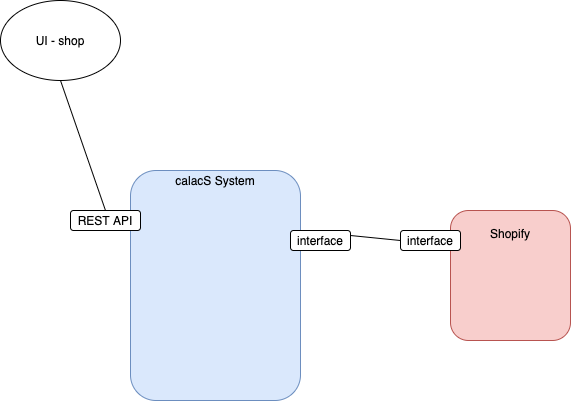
Before: docs/integration-design.png, a diagram exported from draw.io (Svaigas/calacs). Source tidied: cells renumbered, new cells last; positions are measured from the earlier drawing's top-left corner, leaving out a move shared by most shapes.
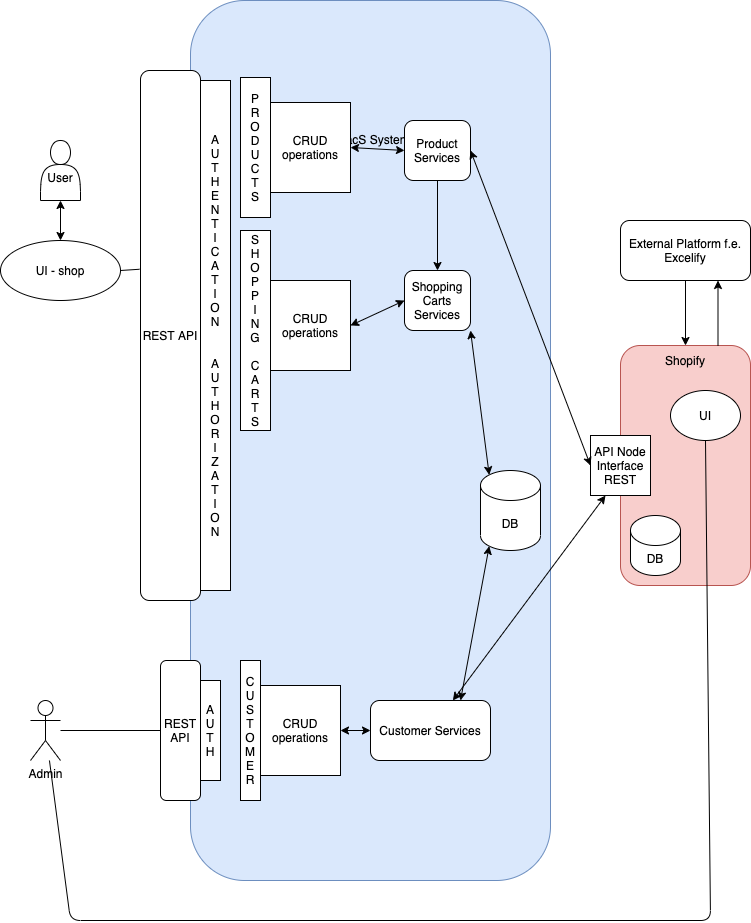
Later version of the same file.

Change to the diagram source:
```diff
@@ -2,29 +2,121 @@
   <root>
     <mxCell id="0" />
     <mxCell id="1" parent="0" />
-    <mxCell id="2" value="calacS System&lt;br&gt;&lt;br&gt;&lt;br&gt;&lt;br&gt;&lt;br&gt;&lt;br&gt;&lt;br&gt;&lt;br&gt;&lt;br&gt;&lt;br&gt;&lt;br&gt;&lt;br&gt;&lt;br&gt;&lt;br&gt;&lt;br&gt;&amp;nbsp;" style="rounded=1;whiteSpace=wrap;html=1;fillColor=#dae8fc;strokeColor=#6c8ebf;" parent="1" vertex="1">
-      <mxGeometry x="130" y="170" width="170" height="230" as="geometry" />
+    <mxCell id="2" value="calacS System&lt;br&gt;&lt;br&gt;&lt;br&gt;&lt;br&gt;&lt;br&gt;&lt;br&gt;&lt;br&gt;&lt;br&gt;&lt;br&gt;&lt;br&gt;&lt;br&gt;&lt;br&gt;&lt;br&gt;&lt;br&gt;&lt;br&gt;&lt;br&gt;&lt;br&gt;&lt;br&gt;&lt;br&gt;&lt;br&gt;&lt;br&gt;&lt;br&gt;&lt;br&gt;&lt;br&gt;&lt;br&gt;&lt;br&gt;&lt;br&gt;&lt;br&gt;&lt;br&gt;&lt;br&gt;&lt;br&gt;&lt;br&gt;&lt;br&gt;&lt;br&gt;&lt;br&gt;&lt;br&gt;&lt;br&gt;&lt;br&gt;&amp;nbsp;&lt;br&gt;&lt;br&gt;&lt;br&gt;&lt;br&gt;&lt;br&gt;&lt;br&gt;" style="rounded=1;whiteSpace=wrap;html=1;fillColor=#dae8fc;strokeColor=#6c8ebf;" parent="1" vertex="1">
+      <mxGeometry x="120" y="180" width="360" height="880" as="geometry" />
     </mxCell>
-    <mxCell id="3" value="Shopify&lt;br&gt;&lt;br&gt;&lt;br&gt;&lt;br&gt;&lt;br&gt;&lt;br&gt;&lt;br&gt;" style="rounded=1;whiteSpace=wrap;html=1;fillColor=#f8cecc;strokeColor=#b85450;" parent="1" vertex="1">
-      <mxGeometry x="450" y="210" width="120" height="130" as="geometry" />
+    <mxCell id="3" value="Shopify&lt;br&gt;&lt;br&gt;&lt;br&gt;&lt;br&gt;&lt;br&gt;&lt;br&gt;&lt;br&gt;&lt;br&gt;&lt;br&gt;&lt;br&gt;&lt;br&gt;&lt;br&gt;&lt;br&gt;&lt;br&gt;&lt;br&gt;&lt;br&gt;" style="rounded=1;whiteSpace=wrap;html=1;fillColor=#f8cecc;strokeColor=#b85450;" parent="1" vertex="1">
+      <mxGeometry x="550" y="525" width="130" height="240" as="geometry" />
     </mxCell>
-    <mxCell id="4" value="interface" style="rounded=1;whiteSpace=wrap;html=1;" parent="1" vertex="1">
-      <mxGeometry x="400" y="230" width="60" height="20" as="geometry" />
-    </mxCell>
-    <mxCell id="5" value="interface" style="rounded=1;whiteSpace=wrap;html=1;" parent="1" vertex="1">
-      <mxGeometry x="290" y="230" width="60" height="20" as="geometry" />
-    </mxCell>
     <mxCell id="6" value="UI - shop" style="ellipse;whiteSpace=wrap;html=1;" parent="1" vertex="1">
-      <mxGeometry width="120" height="80" as="geometry" />
+      <mxGeometry x="-70" y="420" width="120" height="60" as="geometry" />
     </mxCell>
     <mxCell id="7" value="REST API" style="rounded=1;whiteSpace=wrap;html=1;" parent="1" vertex="1">
-      <mxGeometry x="70" y="210" width="70" height="20" as="geometry" />
+      <mxGeometry x="70" y="250" width="60" height="530" as="geometry" />
     </mxCell>
+    <mxCell id="10" value="&lt;br&gt;User" style="shape=actor;whiteSpace=wrap;html=1;" parent="1" vertex="1">
+      <mxGeometry x="-30" y="320" width="40" height="60" as="geometry" />
+    </mxCell>
+    <mxCell id="11" value="P&lt;br&gt;R&lt;br&gt;O&lt;br&gt;D&lt;br&gt;U&lt;br&gt;C&lt;br&gt;T&lt;br&gt;S" style="rounded=0;whiteSpace=wrap;html=1;" parent="1" vertex="1">
+      <mxGeometry x="170" y="257" width="30" height="140" as="geometry" />
+    </mxCell>
+    <mxCell id="12" value="Product Services" style="rounded=1;whiteSpace=wrap;html=1;" parent="1" vertex="1">
+      <mxGeometry x="334" y="300" width="66" height="60" as="geometry" />
+    </mxCell>
+    <mxCell id="13" value="API Node Interface&lt;br&gt;REST" style="whiteSpace=wrap;html=1;" parent="1" vertex="1">
+      <mxGeometry x="520" y="615" width="60" height="60" as="geometry" />
+    </mxCell>
+    <mxCell id="14" value="DB" style="shape=cylinder3;whiteSpace=wrap;html=1;boundedLbl=1;backgroundOutline=1;size=15;" parent="1" vertex="1">
+      <mxGeometry x="560" y="695" width="50" height="60" as="geometry" />
+    </mxCell>
+    <mxCell id="15" style="endArrow=classic;startArrow=classic;html=1;entryX=1;entryY=0.5;entryDx=0;entryDy=0;exitX=0;exitY=0.5;exitDx=0;exitDy=0;" parent="1" edge="1" source="13" target="12">
+      <mxGeometry relative="1" as="geometry" />
+    </mxCell>
+    <mxCell id="16" value="CRUD operations" style="rounded=0;whiteSpace=wrap;html=1;" parent="1" vertex="1">
+      <mxGeometry x="200" y="282" width="80" height="90" as="geometry" />
+    </mxCell>
+    <mxCell id="17" value="UI" style="ellipse;whiteSpace=wrap;html=1;" parent="1" vertex="1">
+      <mxGeometry x="600" y="570" width="70" height="50" as="geometry" />
+    </mxCell>
+    <mxCell id="18" value="Admin&lt;br&gt;" style="shape=umlActor;verticalLabelPosition=bottom;verticalAlign=top;html=1;outlineConnect=0;" parent="1" vertex="1">
+      <mxGeometry x="-40" y="880" width="30" height="60" as="geometry" />
+    </mxCell>
+    <mxCell id="19" style="endArrow=none;html=1;entryX=0.5;entryY=1;entryDx=0;entryDy=0;" parent="1" edge="1" source="18" target="17">
+      <mxGeometry relative="1" as="geometry">
+        <Array as="points">
+          <mxPoint y="1100" />
+          <mxPoint x="640" y="1100" />
+        </Array>
+      </mxGeometry>
+    </mxCell>
+    <mxCell id="20" value="S&lt;br&gt;H&lt;br&gt;O&lt;br&gt;P&lt;br&gt;P&lt;br&gt;I&lt;br&gt;N&lt;br&gt;G&lt;br&gt;&lt;br&gt;C&lt;br&gt;A&lt;br&gt;R&lt;br&gt;T&lt;br&gt;S&lt;br&gt;" style="rounded=0;whiteSpace=wrap;html=1;" parent="1" vertex="1">
+      <mxGeometry x="170" y="410" width="30" height="200" as="geometry" />
+    </mxCell>
+    <mxCell id="21" style="endArrow=classic;startArrow=classic;html=1;entryX=1;entryY=0.5;entryDx=0;entryDy=0;exitX=0;exitY=0.5;exitDx=0;exitDy=0;" parent="1" edge="1" source="12" target="16">
+      <mxGeometry relative="1" as="geometry" />
+    </mxCell>
+    <mxCell id="22" value="CRUD operations" style="rounded=0;whiteSpace=wrap;html=1;" parent="1" vertex="1">
+      <mxGeometry x="200" y="460" width="80" height="90" as="geometry" />
+    </mxCell>
+    <mxCell id="23" style="endArrow=classic;startArrow=classic;html=1;entryX=0;entryY=0.5;entryDx=0;entryDy=0;exitX=1;exitY=0.5;exitDx=0;exitDy=0;" parent="1" edge="1" source="22" target="24">
+      <mxGeometry relative="1" as="geometry" />
+    </mxCell>
+    <mxCell id="24" value="Shopping Carts Services" style="rounded=1;whiteSpace=wrap;html=1;" parent="1" vertex="1">
+      <mxGeometry x="334" y="450" width="66" height="60" as="geometry" />
+    </mxCell>
+    <mxCell id="25" style="endArrow=classic;html=1;entryX=0.5;entryY=0;entryDx=0;entryDy=0;" parent="1" edge="1" source="12" target="24">
+      <mxGeometry relative="1" as="geometry" />
+    </mxCell>
+    <mxCell id="26" value="External Platform f.e. Excelify" style="rounded=1;whiteSpace=wrap;html=1;" parent="1" vertex="1">
+      <mxGeometry x="550" y="400" width="130" height="60" as="geometry" />
+    </mxCell>
+    <mxCell id="27" style="endArrow=classic;html=1;" parent="1" edge="1" source="26" target="3">
+      <mxGeometry relative="1" as="geometry" />
+    </mxCell>
+    <mxCell id="28" style="endArrow=classic;html=1;entryX=0.75;entryY=1;entryDx=0;entryDy=0;exitX=0.75;exitY=0;exitDx=0;exitDy=0;" parent="1" edge="1" source="3" target="26">
+      <mxGeometry relative="1" as="geometry" />
+    </mxCell>
+    <mxCell id="29" value="DB" style="shape=cylinder3;whiteSpace=wrap;html=1;boundedLbl=1;backgroundOutline=1;size=15;" parent="1" vertex="1">
+      <mxGeometry x="410" y="650" width="60" height="80" as="geometry" />
+    </mxCell>
+    <mxCell id="30" style="endArrow=classic;startArrow=classic;html=1;entryX=1;entryY=1;entryDx=0;entryDy=0;exitX=0.145;exitY=0;exitDx=0;exitDy=4.35;exitPerimeter=0;" parent="1" edge="1" source="29" target="24">
+      <mxGeometry relative="1" as="geometry" />
+    </mxCell>
+    <mxCell id="31" value="A&lt;br&gt;U&lt;br&gt;T&lt;br&gt;H&lt;br&gt;E&lt;br&gt;N&lt;br&gt;T&lt;br&gt;I&lt;br&gt;C&lt;br&gt;A&lt;br&gt;T&lt;br&gt;I&lt;br&gt;O&lt;br&gt;N&lt;br&gt;&lt;br&gt;&lt;br&gt;A&lt;br&gt;U&lt;br&gt;T&lt;br&gt;H&lt;br&gt;O&lt;br&gt;R&lt;br&gt;I&lt;br&gt;Z&lt;br&gt;A&lt;br&gt;T&lt;br&gt;I&lt;br&gt;O&lt;br&gt;N" style="rounded=0;whiteSpace=wrap;html=1;" parent="1" vertex="1">
+      <mxGeometry x="130" y="260" width="30" height="510" as="geometry" />
+    </mxCell>
+    <mxCell id="32" style="endArrow=classic;startArrow=classic;html=1;entryX=0.5;entryY=1;entryDx=0;entryDy=0;exitX=0.5;exitY=0;exitDx=0;exitDy=0;" parent="1" edge="1" source="6" target="10">
+      <mxGeometry relative="1" as="geometry" />
+    </mxCell>
-    <mxCell id="8" style="endArrow=none;html=1;entryX=0.5;entryY=1;entryDx=0;entryDy=0;exitX=0.5;exitY=0;exitDx=0;exitDy=0;" parent="1" edge="1" source="7" target="6">
+    <mxCell id="8" style="endArrow=none;html=1;entryX=1;entryY=0.5;entryDx=0;entryDy=0;exitX=-0.017;exitY=0.375;exitDx=0;exitDy=0;exitPerimeter=0;" parent="1" edge="1" source="7" target="6">
       <mxGeometry relative="1" as="geometry" />
     </mxCell>
-    <mxCell id="9" style="endArrow=none;html=1;exitX=1;exitY=0.25;exitDx=0;exitDy=0;entryX=0;entryY=0.5;entryDx=0;entryDy=0;" parent="1" edge="1" source="5" target="4">
-      <mxGeometry relative="1" as="geometry" />
-    </mxCell>
+    <mxCell id="33" value="REST API" style="rounded=1;whiteSpace=wrap;html=1;" parent="1" vertex="1">
+      <mxGeometry x="90" y="840" width="40" height="140" as="geometry" />
+    </mxCell>
+    <mxCell id="34" value="A&lt;br&gt;U&lt;br&gt;T&lt;br&gt;H" style="rounded=0;whiteSpace=wrap;html=1;" parent="1" vertex="1">
+      <mxGeometry x="130" y="860" width="20" height="100" as="geometry" />
+    </mxCell>
+    <mxCell id="35" value="C&lt;br&gt;U&lt;br&gt;S&lt;br&gt;T&lt;br&gt;O&lt;br&gt;M&lt;br&gt;E&lt;br&gt;R&lt;br&gt;" style="rounded=0;whiteSpace=wrap;html=1;" parent="1" vertex="1">
+      <mxGeometry x="170" y="840" width="20" height="140" as="geometry" />
+    </mxCell>
+    <mxCell id="36" value="CRUD operations" style="rounded=0;whiteSpace=wrap;html=1;" parent="1" vertex="1">
+      <mxGeometry x="190" y="865" width="80" height="90" as="geometry" />
+    </mxCell>
+    <mxCell id="37" value="Customer Services" style="rounded=1;whiteSpace=wrap;html=1;" parent="1" vertex="1">
+      <mxGeometry x="300" y="880" width="120" height="60" as="geometry" />
+    </mxCell>
+    <mxCell id="38" style="endArrow=none;html=1;exitX=0;exitY=0.5;exitDx=0;exitDy=0;" parent="1" edge="1" source="33" target="18">
+      <mxGeometry relative="1" as="geometry" />
+    </mxCell>
+    <mxCell id="39" style="endArrow=classic;startArrow=classic;html=1;exitX=1;exitY=0.5;exitDx=0;exitDy=0;entryX=0;entryY=0.5;entryDx=0;entryDy=0;" parent="1" edge="1" source="36" target="37">
+      <mxGeometry relative="1" as="geometry" />
+    </mxCell>
+    <mxCell id="40" style="endArrow=classic;startArrow=classic;html=1;entryX=0.145;entryY=1;entryDx=0;entryDy=-4.35;entryPerimeter=0;exitX=0.75;exitY=0;exitDx=0;exitDy=0;" parent="1" edge="1" source="37" target="29">
+      <mxGeometry relative="1" as="geometry" />
+    </mxCell>
+    <mxCell id="41" style="endArrow=classic;startArrow=classic;html=1;entryX=0.25;entryY=1;entryDx=0;entryDy=0;" parent="1" edge="1" source="37" target="13">
+      <mxGeometry relative="1" as="geometry" />
+    </mxCell>
   </root>
 </mxGraphModel>
```
